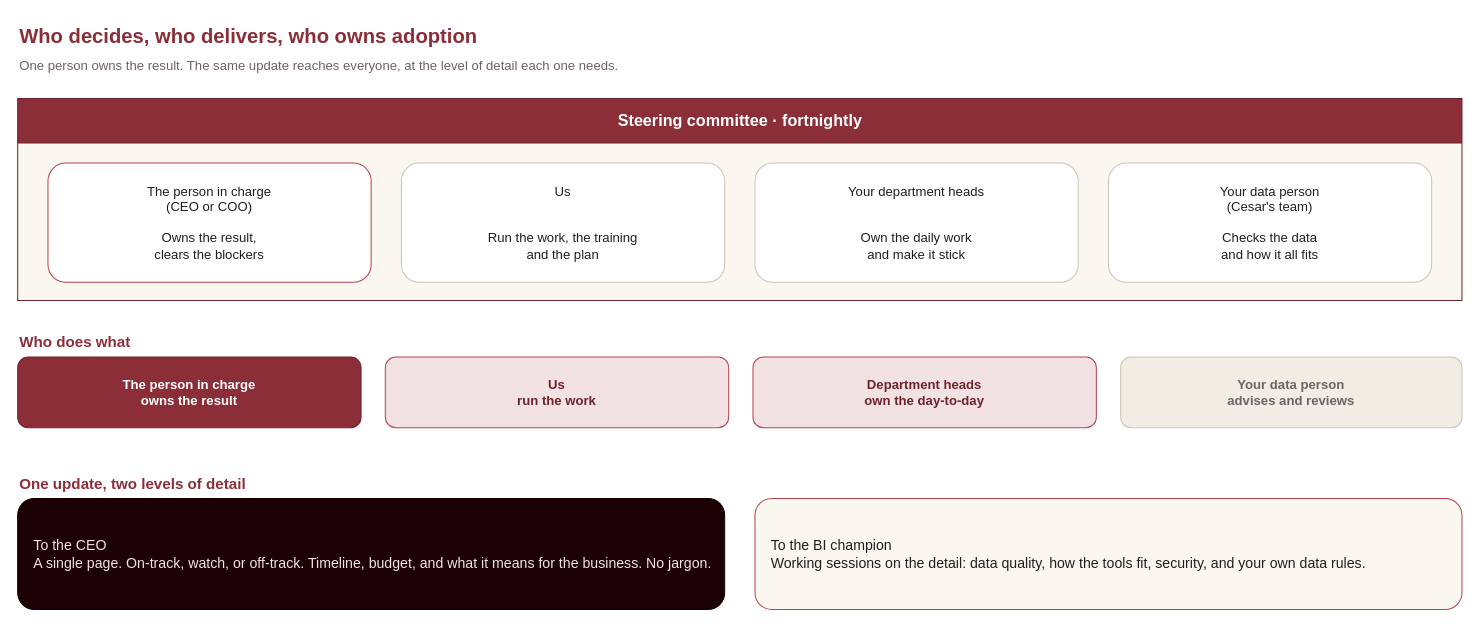
Earlier version of the draw.io diagram diagrams/2-governance.drawio (ademczuk/top-spirit-delivery). Source tidied: cells renumbered, new cells numbered last; positions are measured from the earlier drawing's top-left corner, leaving out a move shared by most shapes. Both pictures are drawn from the tidied source at 101%, with x=0, y=0 at pixel (17, 17).
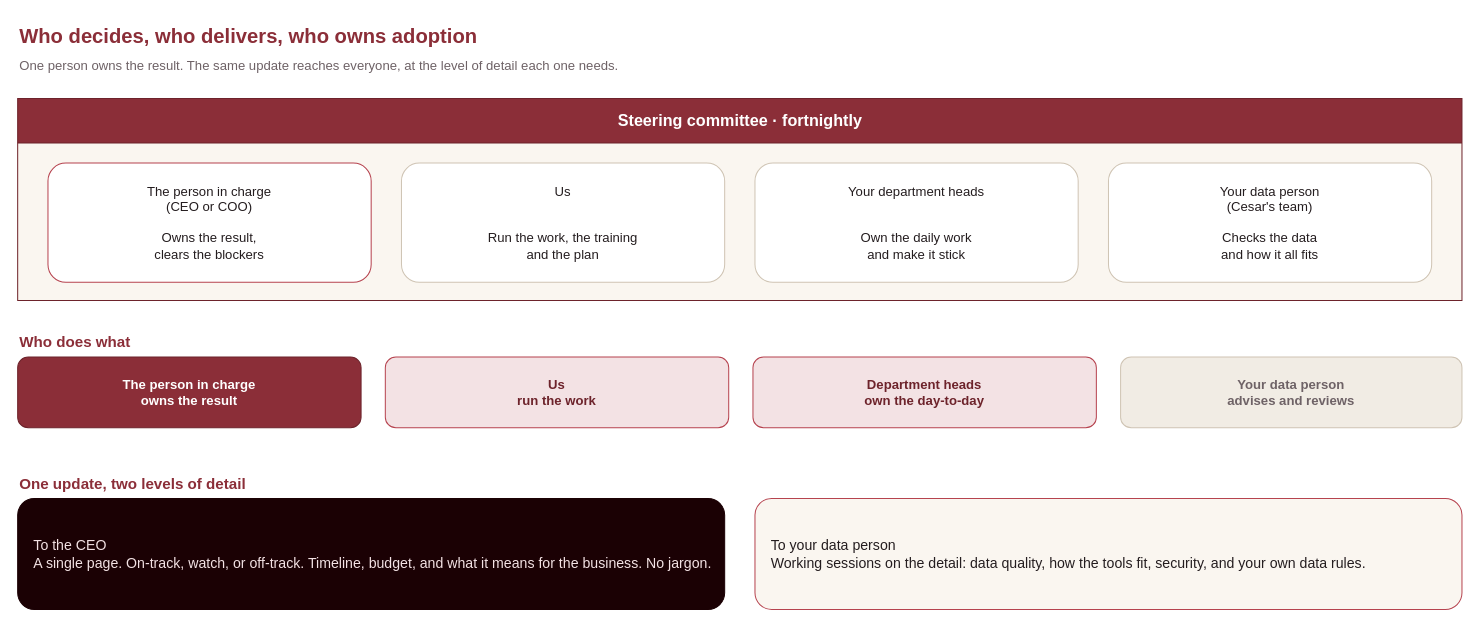
After the change.

What changed in the source:
```diff
@@
 <mxGraphModel background="#ffffff">
   <root>
     <mxCell id="0" />
     <mxCell id="1" parent="0" />
     <mxCell id="2" value="Who decides, who delivers, who owns adoption" style="text;html=1;align=left;verticalAlign=middle;fontColor=#8b2e38;fontSize=20;fontStyle=1;" parent="1" vertex="1">
       <mxGeometry width="1420" height="36" as="geometry" />
     </mxCell>
     <mxCell id="3" value="One person owns the result. The same update reaches everyone, at the level of detail each one needs." style="text;html=1;align=left;verticalAlign=middle;fontColor=#6e6266;fontSize=13;" parent="1" vertex="1">
       <mxGeometry y="36" width="1420" height="22" as="geometry" />
     </mxCell>
     <mxCell id="4" value="Steering committee  ·  fortnightly" style="swimlane;html=1;startSize=44;fillColor=#8b2e38;swimlaneFillColor=#faf6f0;strokeColor=#6d232b;fontColor=#ffffff;fontSize=16;fontStyle=1;align=center;" parent="1" vertex="1">
       <mxGeometry y="80" width="1430" height="200" as="geometry" />
     </mxCell>
     <mxCell id="5" value="The person in charge&#10;(CEO or COO)&#10;&#10;Owns the result,&#10;clears the blockers" style="rounded=1;html=1;whiteSpace=wrap;fillColor=#ffffff;strokeColor=#b6434f;fontColor=#241d1f;fontSize=13;align=center;verticalAlign=middle;" parent="4" vertex="1">
       <mxGeometry x="30" y="64" width="320" height="118" as="geometry" />
     </mxCell>
     <mxCell id="6" value="Us&#10;&#10;&#10;Run the work, the training&#10;and the plan" style="rounded=1;html=1;whiteSpace=wrap;fillColor=#ffffff;strokeColor=#cfc4b4;fontColor=#241d1f;fontSize=13;align=center;verticalAlign=middle;" parent="4" vertex="1">
       <mxGeometry x="380" y="64" width="320" height="118" as="geometry" />
     </mxCell>
     <mxCell id="7" value="Your department heads&#10;&#10;&#10;Own the daily work&#10;and make it stick" style="rounded=1;html=1;whiteSpace=wrap;fillColor=#ffffff;strokeColor=#cfc4b4;fontColor=#241d1f;fontSize=13;align=center;verticalAlign=middle;" parent="4" vertex="1">
       <mxGeometry x="730" y="64" width="320" height="118" as="geometry" />
     </mxCell>
     <mxCell id="8" value="Your data person&#10;(Cesar's team)&#10;&#10;Checks the data&#10;and how it all fits" style="rounded=1;html=1;whiteSpace=wrap;fillColor=#ffffff;strokeColor=#cfc4b4;fontColor=#241d1f;fontSize=13;align=center;verticalAlign=middle;" parent="4" vertex="1">
       <mxGeometry x="1080" y="64" width="320" height="118" as="geometry" />
     </mxCell>
     <mxCell id="9" value="Who does what" style="text;html=1;align=left;fontColor=#8b2e38;fontSize=15;fontStyle=1;" parent="1" vertex="1">
       <mxGeometry y="306" width="200" height="24" as="geometry" />
     </mxCell>
     <mxCell id="10" value="The person in charge&#10;owns the result" style="rounded=1;html=1;whiteSpace=wrap;fillColor=#8b2e38;strokeColor=#6d232b;fontColor=#ffffff;fontSize=13;align=center;verticalAlign=middle;fontStyle=1;" parent="1" vertex="1">
       <mxGeometry y="336" width="340" height="70" as="geometry" />
     </mxCell>
     <mxCell id="11" value="Us&#10;run the work" style="rounded=1;html=1;whiteSpace=wrap;fillColor=#f3e2e4;strokeColor=#b6434f;fontColor=#6d232b;fontSize=13;align=center;verticalAlign=middle;fontStyle=1;" parent="1" vertex="1">
       <mxGeometry x="364" y="336" width="340" height="70" as="geometry" />
     </mxCell>
     <mxCell id="12" value="Department heads&#10;own the day-to-day" style="rounded=1;html=1;whiteSpace=wrap;fillColor=#f3e2e4;strokeColor=#b6434f;fontColor=#6d232b;fontSize=13;align=center;verticalAlign=middle;fontStyle=1;" parent="1" vertex="1">
       <mxGeometry x="728" y="336" width="340" height="70" as="geometry" />
     </mxCell>
     <mxCell id="13" value="Your data person&#10;advises and reviews" style="rounded=1;html=1;whiteSpace=wrap;fillColor=#f1ece4;strokeColor=#cfc4b4;fontColor=#6e6266;fontSize=13;align=center;verticalAlign=middle;fontStyle=1;" parent="1" vertex="1">
       <mxGeometry x="1092" y="336" width="338" height="70" as="geometry" />
     </mxCell>
     <mxCell id="14" value="One update, two levels of detail" style="text;html=1;align=left;fontColor=#8b2e38;fontSize=15;fontStyle=1;" parent="1" vertex="1">
       <mxGeometry y="446" width="360" height="24" as="geometry" />
     </mxCell>
     <mxCell id="15" value="To the CEO&#10;A single page. On-track, watch, or off-track. Timeline, budget, and what it means for the business. No jargon." style="rounded=1;html=1;whiteSpace=wrap;fillColor=#1b0104;strokeColor=#1b0104;fontColor=#f3e2e4;fontSize=14;align=left;verticalAlign=middle;spacingLeft=14;" parent="1" vertex="1">
       <mxGeometry y="476" width="700" height="110" as="geometry" />
     </mxCell>
-    <mxCell id="16" value="To the BI champion&#10;Working sessions on the detail: data quality, how the tools fit, security, and your own data rules." style="rounded=1;html=1;whiteSpace=wrap;fillColor=#faf6f0;strokeColor=#b6434f;fontColor=#241d1f;fontSize=14;align=left;verticalAlign=middle;spacingLeft=14;" parent="1" vertex="1">
+    <mxCell id="16" value="To your data person&#10;Working sessions on the detail: data quality, how the tools fit, security, and your own data rules." style="rounded=1;html=1;whiteSpace=wrap;fillColor=#faf6f0;strokeColor=#b6434f;fontColor=#241d1f;fontSize=14;align=left;verticalAlign=middle;spacingLeft=14;" parent="1" vertex="1">
       <mxGeometry x="730" y="476" width="700" height="110" as="geometry" />
     </mxCell>
   </root>
 </mxGraphModel>
```
